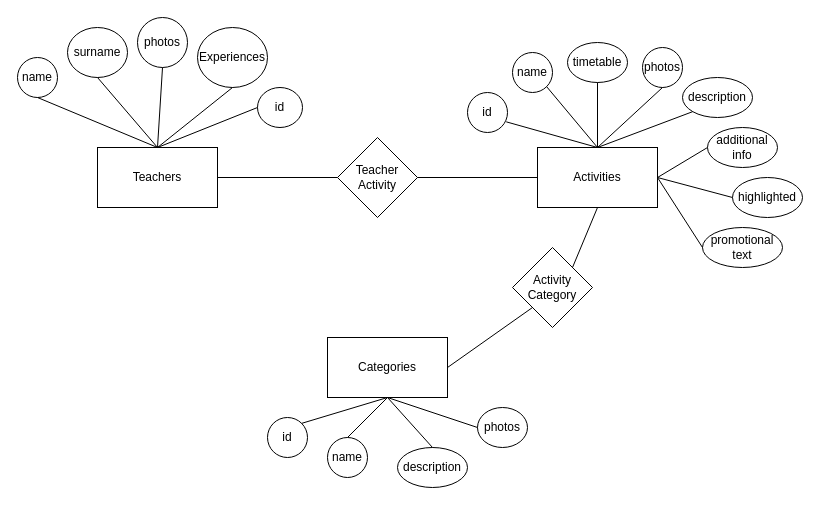
Before: YogaHouse_ERD.drawio in NakatoTeshika/Hypermedia-ERD, a draw.io diagram. Source tidied: cells renumbered, new cells numbered last; positions are measured from the earlier drawing's top-left corner, leaving out a move shared by most shapes. Both pictures are drawn from the tidied source at 100%, with x=0, y=0 at pixel (17, 17).
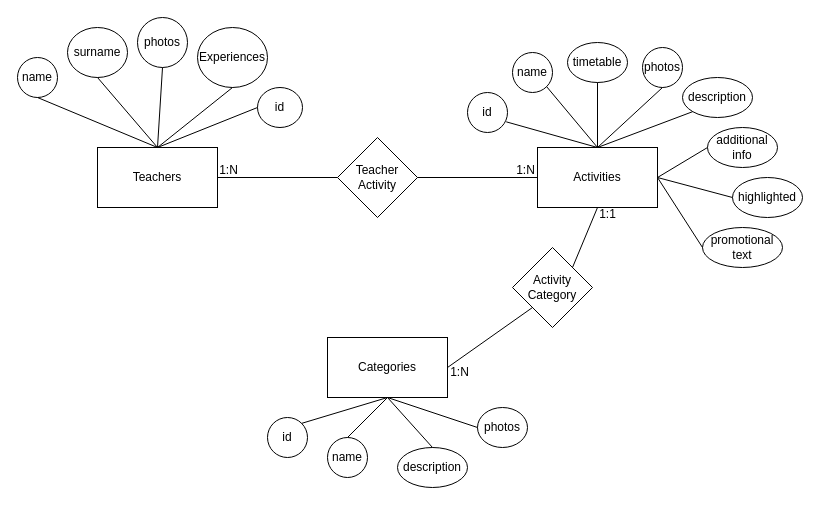
The same diagram, later.

Commit message:
Added cardinalities to the diagram

Change to the diagram source:
```diff
@@
+    <mxCell id="45" value="1:N" style="text;html=1;align=center;verticalAlign=middle;strokeColor=none;fillColor=none;" parent="1" vertex="1">
+      <mxGeometry x="191" y="138" width="40" height="30" as="geometry" />
+    </mxCell>
+    <mxCell id="46" value="1:N" style="text;html=1;align=center;verticalAlign=middle;strokeColor=none;fillColor=none;" parent="1" vertex="1">
+      <mxGeometry x="488" y="138" width="40" height="30" as="geometry" />
+    </mxCell>
+    <mxCell id="47" value="1:1" style="text;html=1;align=center;verticalAlign=middle;strokeColor=none;fillColor=none;" parent="1" vertex="1">
+      <mxGeometry x="570" y="182" width="40" height="30" as="geometry" />
+    </mxCell>
+    <mxCell id="48" value="1:N" style="text;html=1;align=center;verticalAlign=middle;strokeColor=none;fillColor=none;" parent="1" vertex="1">
+      <mxGeometry x="422" y="340" width="40" height="30" as="geometry" />
+    </mxCell>
```
